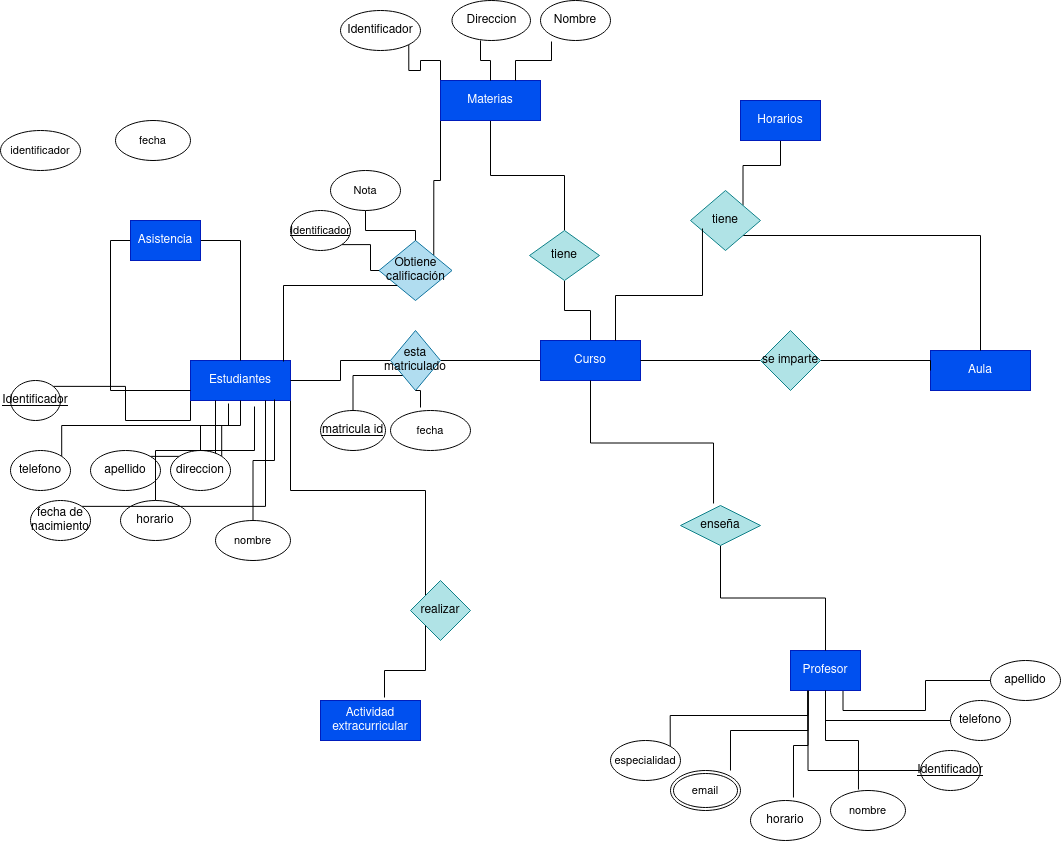
CRhernandez1/base-datos keeps this draw.io diagram as Unidad-1/Tareas/Tareas entregables - Tarea 1/Tarea entregable - 1.drawio.png. Above is the earlier version. Source tidied: cells renumbered, new cells last; positions are measured from the earlier drawing's top-left corner, leaving out a move shared by most shapes.
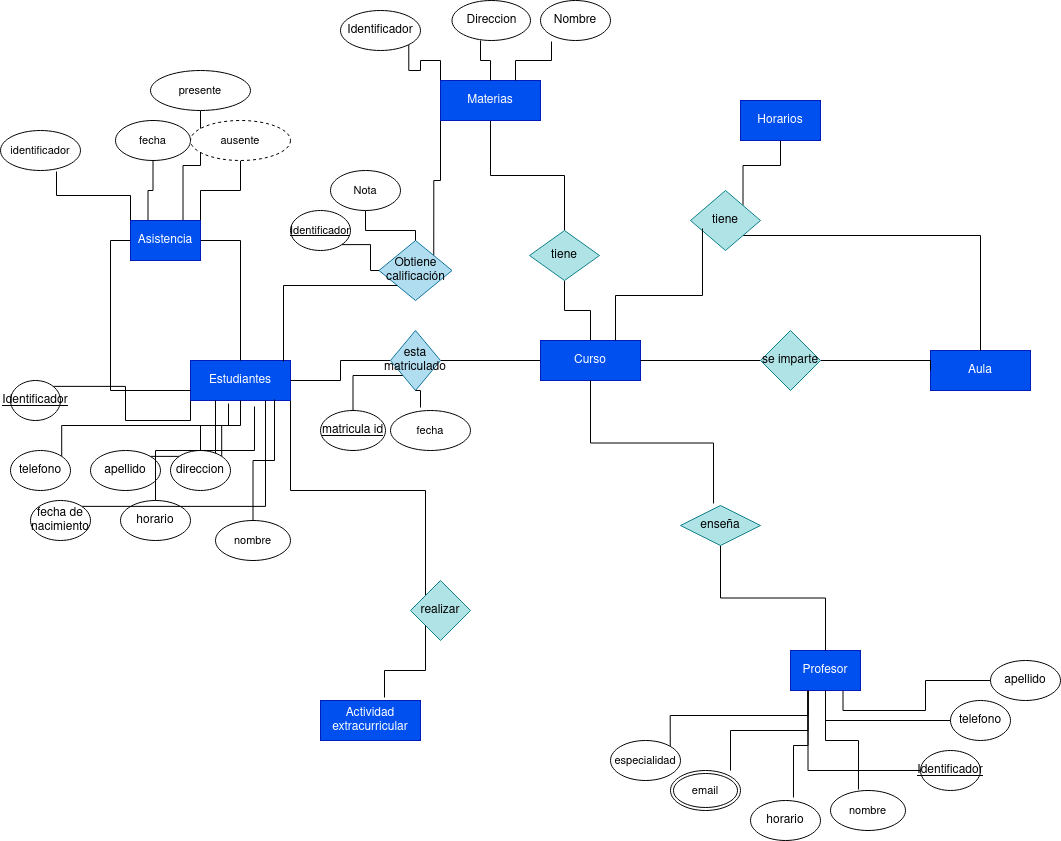
After the change.

Diff of the diagram source:
```diff
@@ -113,6 +113,15 @@
         </Array>
       </mxGeometry>
     </mxCell>
+    <mxCell id="79" style="edgeStyle=orthogonalEdgeStyle;shape=connector;rounded=0;jettySize=auto;html=1;exitX=0.25;exitY=0;exitDx=0;exitDy=0;entryX=0.5;entryY=1;entryDx=0;entryDy=0;labelBackgroundColor=default;strokeColor=default;align=center;verticalAlign=middle;fontFamily=Helvetica;fontSize=11;fontColor=default;endArrow=none;endFill=0;" parent="1" edge="1" source="36" target="77">
+      <mxGeometry relative="1" as="geometry" />
+    </mxCell>
+    <mxCell id="80" style="edgeStyle=orthogonalEdgeStyle;shape=connector;rounded=0;jettySize=auto;html=1;exitX=0.75;exitY=0;exitDx=0;exitDy=0;labelBackgroundColor=default;strokeColor=default;align=center;verticalAlign=middle;fontFamily=Helvetica;fontSize=11;fontColor=default;endArrow=none;endFill=0;" parent="1" edge="1" source="36" target="83">
+      <mxGeometry relative="1" as="geometry" />
+    </mxCell>
+    <mxCell id="81" style="edgeStyle=orthogonalEdgeStyle;shape=connector;rounded=0;jettySize=auto;html=1;exitX=1;exitY=0;exitDx=0;exitDy=0;labelBackgroundColor=default;strokeColor=default;align=center;verticalAlign=middle;fontFamily=Helvetica;fontSize=11;fontColor=default;endArrow=none;endFill=0;" parent="1" edge="1" source="36" target="84">
+      <mxGeometry relative="1" as="geometry" />
+    </mxCell>
     <mxCell id="36" value="Asistencia" style="whiteSpace=wrap;html=1;align=center;fillColor=#0050ef;strokeColor=#001DBC;fontColor=#ffffff;" parent="1" vertex="1">
       <mxGeometry x="130" y="220" width="70" height="40" as="geometry" />
     </mxCell>
@@ -242,5 +251,14 @@
     <mxCell id="78" value="identificador" style="ellipse;whiteSpace=wrap;html=1;align=center;fontFamily=Helvetica;fontSize=11;fontColor=default;" parent="1" vertex="1">
       <mxGeometry y="130" width="80" height="40" as="geometry" />
     </mxCell>
+    <mxCell id="82" style="edgeStyle=orthogonalEdgeStyle;shape=connector;rounded=0;jettySize=auto;html=1;exitX=0;exitY=0;exitDx=0;exitDy=0;entryX=0.7;entryY=1.025;entryDx=0;entryDy=0;entryPerimeter=0;labelBackgroundColor=default;strokeColor=default;align=center;verticalAlign=middle;fontFamily=Helvetica;fontSize=11;fontColor=default;endArrow=none;endFill=0;" parent="1" edge="1" source="36" target="78">
+      <mxGeometry relative="1" as="geometry" />
+    </mxCell>
+    <mxCell id="83" value="presente" style="ellipse;whiteSpace=wrap;html=1;align=center;fontFamily=Helvetica;fontSize=11;fontColor=default;" parent="1" vertex="1">
+      <mxGeometry x="150" y="70" width="100" height="40" as="geometry" />
+    </mxCell>
+    <mxCell id="84" value="ausente" style="ellipse;whiteSpace=wrap;html=1;align=center;dashed=1;fontFamily=Helvetica;fontSize=11;fontColor=default;" parent="1" vertex="1">
+      <mxGeometry x="190" y="120" width="100" height="40" as="geometry" />
+    </mxCell>
   </root>
 </mxGraphModel>
```
